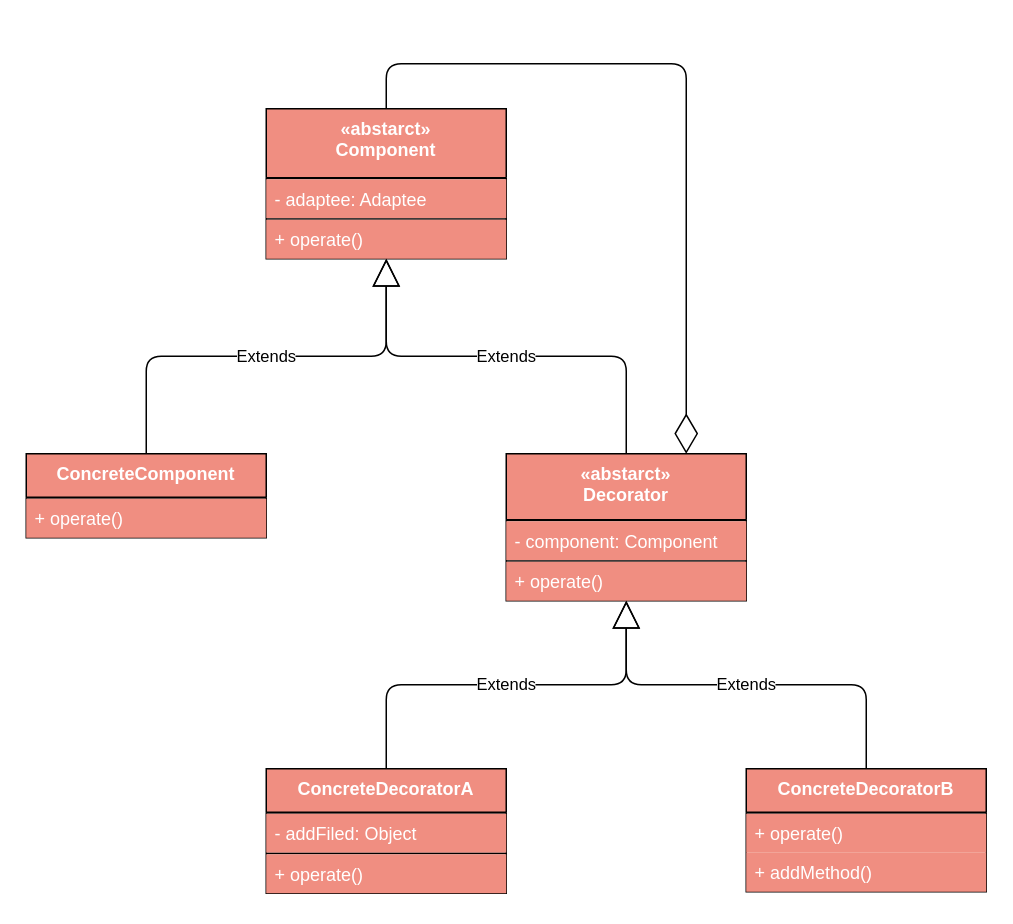
Above: docs/drawio/Flyweight.drawio in CodePoem/VDesignPatterns (draw.io), before the change. Source tidied: cells renumbered, new cells numbered last; positions are measured from the earlier drawing's top-left corner, leaving out a move shared by most shapes. Both pictures are drawn from the tidied source at 150%, with x=0, y=0 at pixel (26, 63).
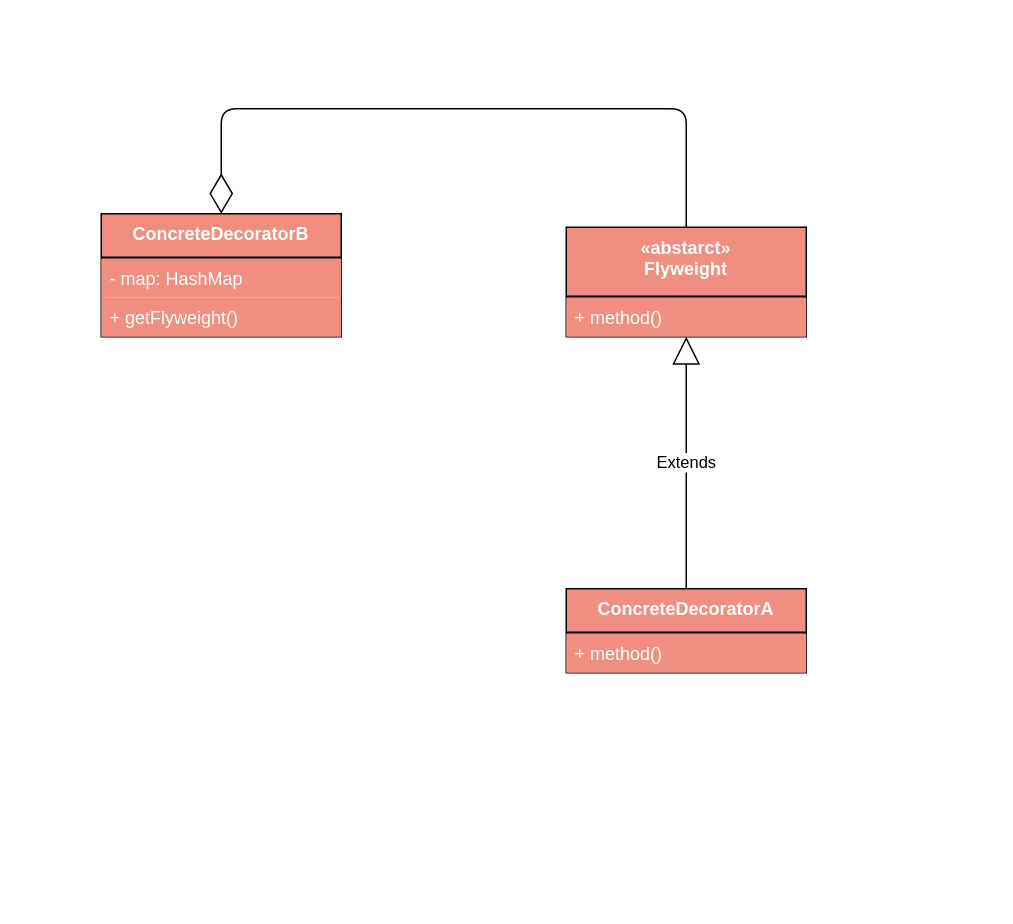
The same diagram, later.

The edit, as a diff of the source:
```diff
@@
-    <mxCell id="2" value="«abstarct»&#10;Decorator" style="swimlane;fontStyle=1;align=center;verticalAlign=top;horizontal=1;startSize=44;fillColor=#F08E81;fontColor=#FFFFFF;" parent="1" vertex="1">
-      <mxGeometry x="320" y="260" width="160" height="98" as="geometry" />
-    </mxCell>
-    <mxCell id="3" style="line;strokeWidth=1;fillColor=#F08E81;align=left;verticalAlign=middle;spacingTop=-1;spacingLeft=3;spacingRight=3;labelPosition=right;fontColor=#FFFFFF;" parent="2" vertex="1">
-      <mxGeometry y="44" width="160" height="1" as="geometry" />
-    </mxCell>
-    <mxCell id="4" value="- component: Component" style="text;strokeColor=none;fillColor=#F08E81;align=left;verticalAlign=top;spacingLeft=4;spacingRight=4;overflow=hidden;fontColor=#FFFFFF;" parent="2" vertex="1">
-      <mxGeometry y="45" width="160" height="26" as="geometry" />
-    </mxCell>
-    <mxCell id="5" style="line;strokeWidth=1;fillColor=none;align=left;verticalAlign=middle;spacingTop=-1;spacingLeft=3;spacingRight=3;labelPosition=right;" parent="2" vertex="1">
-      <mxGeometry y="71" width="160" height="1" as="geometry" />
-    </mxCell>
-    <mxCell id="6" value="+ operate()" style="text;strokeColor=none;fillColor=#F08E81;align=left;verticalAlign=top;spacingLeft=4;spacingRight=4;overflow=hidden;fontColor=#FFFFFF;" parent="2" vertex="1">
-      <mxGeometry y="72" width="160" height="26" as="geometry" />
-    </mxCell>
-    <mxCell id="7" value="«abstarct»&#10;Component" style="swimlane;fontStyle=1;align=center;verticalAlign=top;horizontal=1;startSize=46;fillColor=#F08E81;fontColor=#FFFFFF;" parent="1" vertex="1">
-      <mxGeometry x="160" y="30" width="160" height="100" as="geometry" />
+    <mxCell id="7" value="«abstarct»&#10;Flyweight" style="swimlane;fontStyle=1;align=center;verticalAlign=top;horizontal=1;startSize=46;fillColor=#F08E81;fontColor=#FFFFFF;" parent="1" vertex="1">
+      <mxGeometry x="360" y="109" width="160" height="73" as="geometry" />
     </mxCell>
@@
-    <mxCell id="9" value="- adaptee: Adaptee" style="text;strokeColor=none;fillColor=#F08E81;align=left;verticalAlign=top;spacingLeft=4;spacingRight=4;overflow=hidden;fontColor=#FFFFFF;" parent="7" vertex="1">
-      <mxGeometry y="47" width="160" height="26" as="geometry" />
-    </mxCell>
-    <mxCell id="10" style="line;strokeWidth=1;fillColor=none;align=left;verticalAlign=middle;spacingTop=-1;spacingLeft=3;spacingRight=3;labelPosition=right;" parent="7" vertex="1">
-      <mxGeometry y="73" width="160" height="1" as="geometry" />
-    </mxCell>
-    <mxCell id="11" value="+ operate()" style="text;strokeColor=none;fillColor=#F08E81;align=left;verticalAlign=top;spacingLeft=4;spacingRight=4;overflow=hidden;fontColor=#FFFFFF;" parent="7" vertex="1">
-      <mxGeometry y="74" width="160" height="26" as="geometry" />
+    <mxCell id="11" value="+ method()" style="text;strokeColor=none;fillColor=#F08E81;align=left;verticalAlign=top;spacingLeft=4;spacingRight=4;overflow=hidden;fontColor=#FFFFFF;" parent="7" vertex="1">
+      <mxGeometry y="47" width="160" height="26" as="geometry" />
     </mxCell>
-    <mxCell id="12" value="ConcreteComponent" style="swimlane;fontStyle=1;align=center;verticalAlign=top;horizontal=1;startSize=29;fillColor=#F08E81;fontColor=#FFFFFF;" parent="1" vertex="1">
-      <mxGeometry y="260" width="160" height="56" as="geometry" />
-    </mxCell>
-    <mxCell id="13" style="line;strokeWidth=1;fillColor=#F08E81;align=left;verticalAlign=middle;spacingTop=-1;spacingLeft=3;spacingRight=3;labelPosition=right;fontColor=#FFFFFF;" parent="12" vertex="1">
-      <mxGeometry y="29" width="160" height="1" as="geometry" />
-    </mxCell>
-    <mxCell id="14" value="+ operate()" style="text;strokeColor=none;fillColor=#F08E81;align=left;verticalAlign=top;spacingLeft=4;spacingRight=4;overflow=hidden;fontColor=#FFFFFF;" parent="12" vertex="1">
-      <mxGeometry y="30" width="160" height="26" as="geometry" />
-    </mxCell>
     <mxCell id="15" value="ConcreteDecoratorA" style="swimlane;fontStyle=1;align=center;verticalAlign=top;horizontal=1;startSize=29;fillColor=#F08E81;fontColor=#FFFFFF;" parent="1" vertex="1">
-      <mxGeometry x="160" y="470" width="160" height="83" as="geometry" />
+      <mxGeometry x="360" y="350" width="160" height="56" as="geometry" />
     </mxCell>
@@
-    <mxCell id="17" value="- addFiled: Object" style="text;strokeColor=none;fillColor=#F08E81;align=left;verticalAlign=top;spacingLeft=4;spacingRight=4;overflow=hidden;fontColor=#FFFFFF;" parent="15" vertex="1">
-      <mxGeometry y="30" width="160" height="26" as="geometry" />
-    </mxCell>
-    <mxCell id="18" style="line;strokeWidth=1;fillColor=none;align=left;verticalAlign=middle;spacingTop=-1;spacingLeft=3;spacingRight=3;labelPosition=right;" parent="15" vertex="1">
-      <mxGeometry y="56" width="160" height="1" as="geometry" />
-    </mxCell>
-    <mxCell id="19" value="+ operate()" style="text;strokeColor=none;fillColor=#F08E81;align=left;verticalAlign=top;spacingLeft=4;spacingRight=4;overflow=hidden;fontColor=#FFFFFF;" parent="15" vertex="1">
-      <mxGeometry y="57" width="160" height="26" as="geometry" />
+    <mxCell id="19" value="+ method()" style="text;strokeColor=none;fillColor=#F08E81;align=left;verticalAlign=top;spacingLeft=4;spacingRight=4;overflow=hidden;fontColor=#FFFFFF;" parent="15" vertex="1">
+      <mxGeometry y="30" width="160" height="26" as="geometry" />
     </mxCell>
     <mxCell id="20" value="ConcreteDecoratorB" style="swimlane;fontStyle=1;align=center;verticalAlign=top;horizontal=1;startSize=29;fillColor=#F08E81;fontColor=#FFFFFF;" parent="1" vertex="1">
-      <mxGeometry x="480" y="470" width="160" height="82" as="geometry" />
+      <mxGeometry x="50" y="100" width="160" height="82" as="geometry" />
     </mxCell>
@@
-    <mxCell id="22" value="+ operate()" style="text;strokeColor=none;fillColor=#F08E81;align=left;verticalAlign=top;spacingLeft=4;spacingRight=4;overflow=hidden;fontColor=#FFFFFF;" parent="20" vertex="1">
+    <mxCell id="22" value="- map: HashMap" style="text;strokeColor=none;fillColor=#F08E81;align=left;verticalAlign=top;spacingLeft=4;spacingRight=4;overflow=hidden;fontColor=#FFFFFF;" parent="20" vertex="1">
       <mxGeometry y="30" width="160" height="26" as="geometry" />
     </mxCell>
-    <mxCell id="23" value="+ addMethod()" style="text;strokeColor=none;fillColor=#F08E81;align=left;verticalAlign=top;spacingLeft=4;spacingRight=4;overflow=hidden;fontColor=#FFFFFF;" parent="20" vertex="1">
+    <mxCell id="23" value="+ getFlyweight()" style="text;strokeColor=none;fillColor=#F08E81;align=left;verticalAlign=top;spacingLeft=4;spacingRight=4;overflow=hidden;fontColor=#FFFFFF;" parent="20" vertex="1">
       <mxGeometry y="56" width="160" height="26" as="geometry" />
     </mxCell>
-    <mxCell id="24" value="Extends" style="endArrow=block;endSize=16;endFill=0;html=1;entryX=0.5;entryY=1;entryDx=0;entryDy=0;exitX=0.5;exitY=0;exitDx=0;exitDy=0;edgeStyle=orthogonalEdgeStyle;" parent="1" edge="1" source="12" target="7">
-      <mxGeometry relative="1" as="geometry" />
-    </mxCell>
-    <mxCell id="25" value="Extends" style="endArrow=block;endSize=16;endFill=0;html=1;entryX=0.5;entryY=1;entryDx=0;entryDy=0;exitX=0.5;exitY=0;exitDx=0;exitDy=0;edgeStyle=orthogonalEdgeStyle;" parent="1" edge="1" source="2" target="7">
-      <mxGeometry relative="1" as="geometry" />
-    </mxCell>
-    <mxCell id="26" value="Extends" style="endArrow=block;endSize=16;endFill=0;html=1;entryX=0.5;entryY=1;entryDx=0;entryDy=0;exitX=0.5;exitY=0;exitDx=0;exitDy=0;edgeStyle=orthogonalEdgeStyle;" parent="1" edge="1" source="15" target="2">
-      <mxGeometry relative="1" as="geometry" />
-    </mxCell>
-    <mxCell id="27" value="Extends" style="endArrow=block;endSize=16;endFill=0;html=1;entryX=0.5;entryY=1;entryDx=0;entryDy=0;exitX=0.5;exitY=0;exitDx=0;exitDy=0;edgeStyle=orthogonalEdgeStyle;" parent="1" edge="1" source="20" target="2">
-      <mxGeometry relative="1" as="geometry" />
-    </mxCell>
-    <mxCell id="28" style="endArrow=diamondThin;endFill=0;endSize=24;html=1;entryX=0.75;entryY=0;entryDx=0;entryDy=0;exitX=0.5;exitY=0;exitDx=0;exitDy=0;edgeStyle=orthogonalEdgeStyle;" parent="1" edge="1" source="7" target="2">
-      <mxGeometry relative="1" as="geometry">
-        <Array as="points">
-          <mxPoint x="240" />
-          <mxPoint x="440" />
-        </Array>
-      </mxGeometry>
-    </mxCell>
+    <mxCell id="29" style="endArrow=diamondThin;endFill=0;endSize=24;html=1;entryX=0.5;entryY=0;entryDx=0;entryDy=0;exitX=0.5;exitY=0;exitDx=0;exitDy=0;edgeStyle=orthogonalEdgeStyle;" parent="1" edge="1" source="7" target="20">
+      <mxGeometry relative="1" as="geometry">
+        <Array as="points">
+          <mxPoint x="440" y="30" />
+          <mxPoint x="130" y="30" />
+        </Array>
+      </mxGeometry>
+    </mxCell>
+    <mxCell id="30" value="Extends" style="endArrow=block;endSize=16;endFill=0;html=1;entryX=0.5;entryY=1;entryDx=0;entryDy=0;exitX=0.5;exitY=0;exitDx=0;exitDy=0;" parent="1" edge="1" source="15" target="7">
+      <mxGeometry relative="1" as="geometry" />
+    </mxCell>
```
